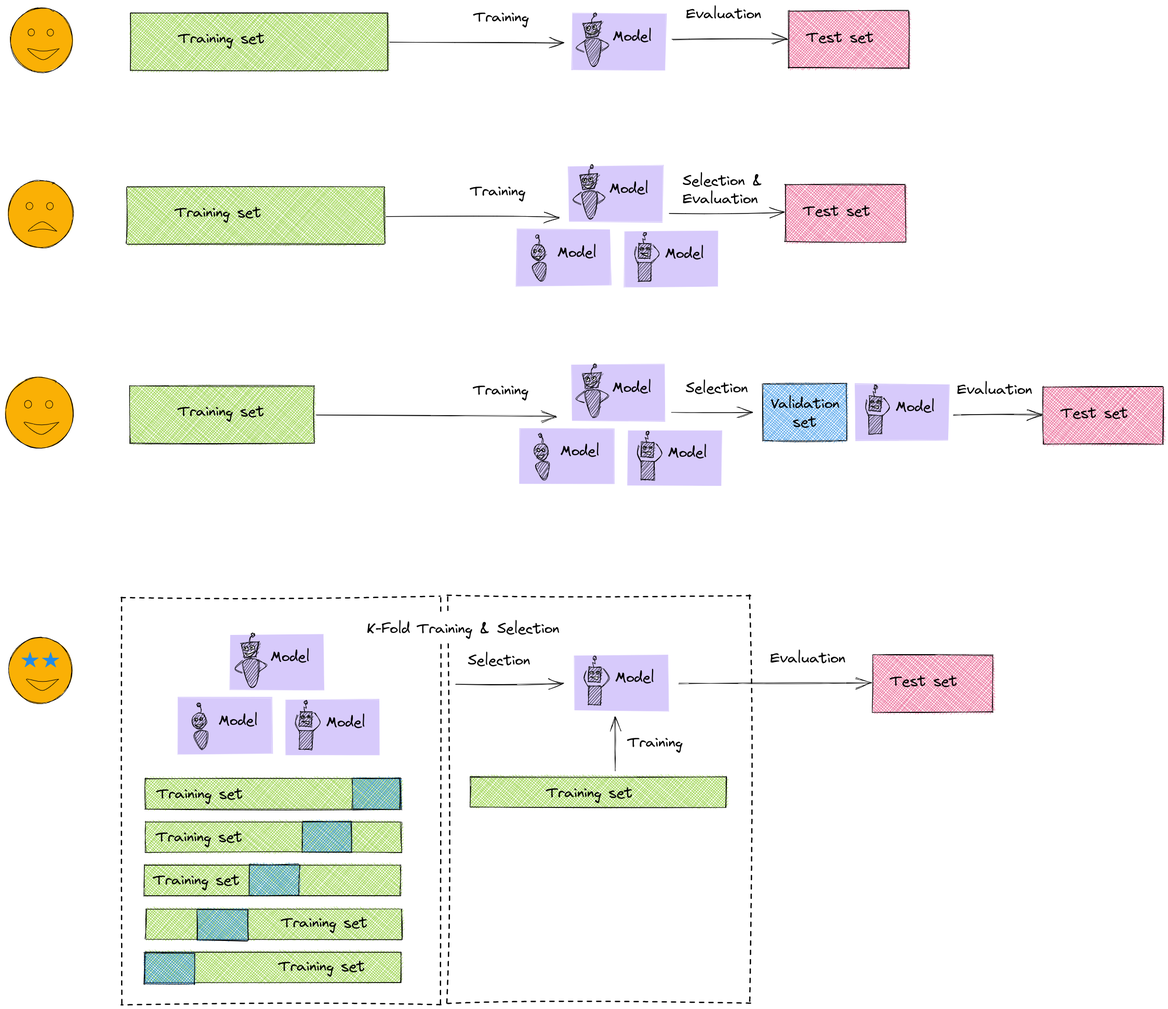
ffund/intro-ml-tss21 keeps this Excalidraw diagram as images/3-validation-options.png. Above is the earlier version. Source tidied: one line per element, renumbered; positions are measured from the earlier drawing's top-left corner, leaving out a move shared by most shapes.
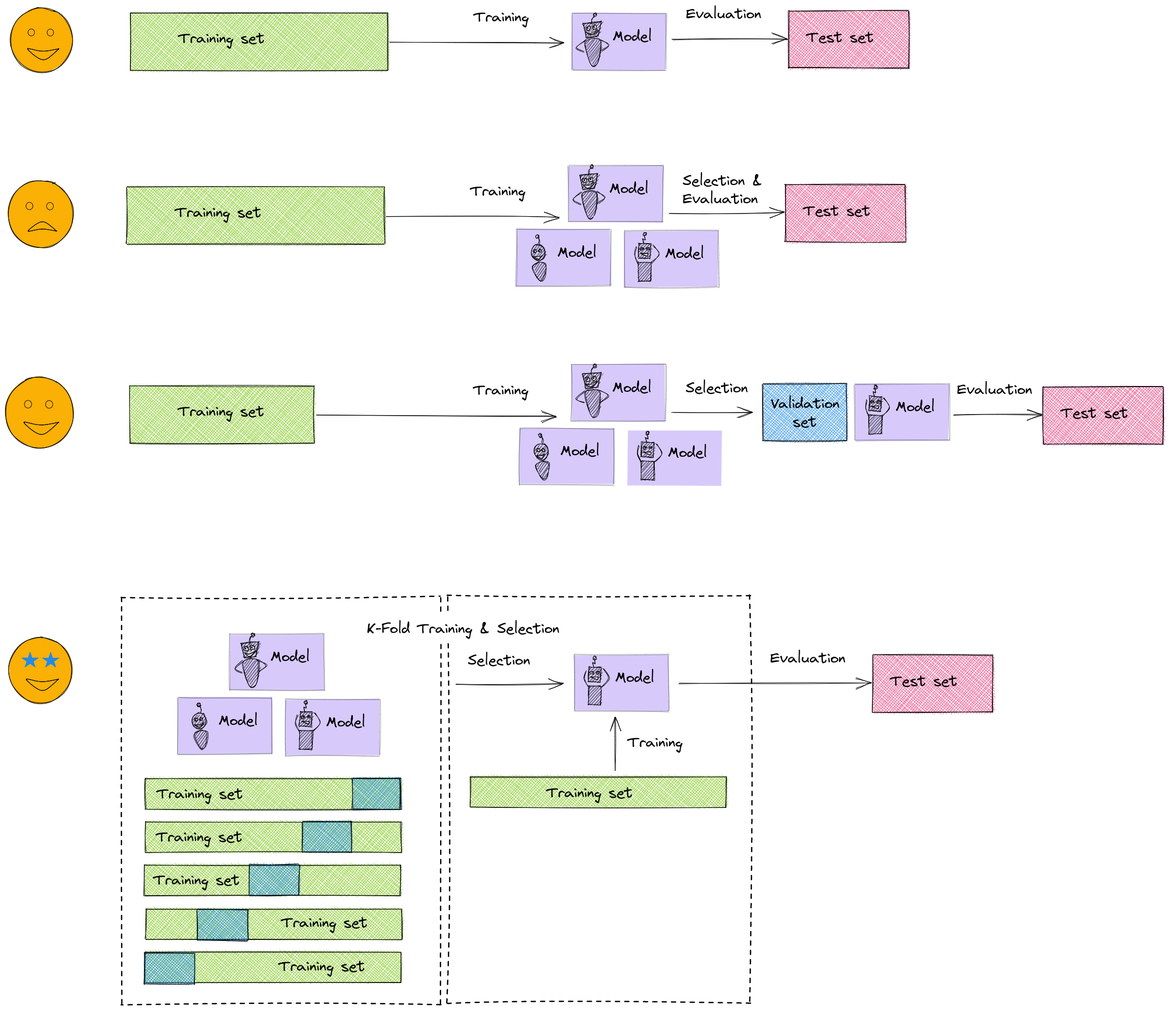
Later version of the same file.

Diff of the diagram source:
```diff
@@ -1,5 +1,5 @@
 {"id": 0, "type": "rectangle", "strokeColor": "#000000", "strokeWidth": 2, "strokeStyle": "dashed", "roughness": 2, "x": 223, "y": 1139, "width": 614, "height": 784}
-{"id": 1, "type": "rectangle", "strokeColor": "#ffffff", "backgroundColor": "#7950f2", "fillStyle": "solid", "strokeWidth": 1, "roughness": 1, "opacity": 30, "x": 1091, "y": 16, "width": 181, "height": 109}
+{"id": 1, "type": "rectangle", "strokeColor": "#000000", "backgroundColor": "#7950f2", "fillStyle": "solid", "strokeWidth": 1, "roughness": 1, "opacity": 30, "x": 1091, "y": 16, "width": 181, "height": 109}
 {"id": 2, "type": "rectangle", "strokeColor": "#000000", "backgroundColor": "#82c91e", "fillStyle": "cross-hatch", "strokeWidth": 1, "roughness": 1, "x": 241, "y": 15, "width": 496, "height": 110}
 {"id": 3, "type": "text", "text": "Training set", "strokeColor": "#000000", "strokeWidth": 1, "roughness": 1, "fontSize": 28, "fontFamily": 1, "x": 333, "y": 47, "width": 166, "height": 35}
 {"id": 4, "type": "rectangle", "strokeColor": "#000000", "backgroundColor": "#e64980", "fillStyle": "cross-hatch", "strokeWidth": 1, "roughness": 1, "x": 1508, "y": 11, "width": 232, "height": 110}
@@ -28,7 +28,7 @@
 {"id": 27, "type": "arrow", "strokeColor": "#000000", "backgroundColor": "#12b886", "fillStyle": "solid", "strokeWidth": 1, "roughness": 1, "endArrowhead": "arrow", "from": 30, "to": 24, "x": 1278, "y": 401, "width": 221, "height": 1, "points": [[0, 0], [221, -1]]}
 {"id": 28, "type": "text", "text": "Training", "strokeColor": "#000000", "backgroundColor": "#12b886", "fillStyle": "solid", "strokeWidth": 1, "roughness": 1, "fontSize": 28, "fontFamily": 1, "x": 896, "y": 341, "width": 106, "height": 35}
 {"id": 29, "type": "text", "text": "Selection &\nEvaluation", "strokeColor": "#000000", "backgroundColor": "#12b886", "fillStyle": "solid", "strokeWidth": 1, "roughness": 1, "fontSize": 28, "fontFamily": 1, "x": 1304, "y": 321, "width": 154, "height": 70}
-{"id": 30, "type": "rectangle", "strokeColor": "#ffffff", "backgroundColor": "#7950f2", "fillStyle": "solid", "strokeWidth": 1, "roughness": 1, "opacity": 30, "x": 1084, "y": 309, "width": 181, "height": 109}
+{"id": 30, "type": "rectangle", "strokeColor": "#000000", "backgroundColor": "#7950f2", "fillStyle": "solid", "strokeWidth": 1, "roughness": 1, "opacity": 30, "x": 1084, "y": 309, "width": 181, "height": 109}
 {"id": 31, "type": "text", "text": "Model", "strokeColor": "#000000", "backgroundColor": "#228be6", "fillStyle": "solid", "strokeWidth": 1, "roughness": 1, "fontSize": 28, "fontFamily": 1, "x": 1163, "y": 336, "width": 76, "height": 35}
 {"id": 32, "type": "line", "strokeColor": "#000000", "backgroundColor": "#000000", "fillStyle": "hachure", "strokeWidth": 1, "roughness": 1, "x": 1106, "y": 327, "width": 35, "height": 31, "points": [[0, 0], [6, 28], [29, 25], [35, -4], [0, 0]]}
 {"id": 33, "type": "line", "strokeColor": "#000000", "angle": 0.41, "backgroundColor": "#000000", "fillStyle": "hachure", "strokeWidth": 1, "roughness": 1, "x": 1126, "y": 328, "width": 3, "height": 14, "points": [[0, 0], [-3, -7], [-2, -14]]}
@@ -41,7 +41,7 @@
 {"id": 40, "type": "ellipse", "strokeColor": "#000000", "backgroundColor": "#000000", "fillStyle": "solid", "strokeWidth": 1, "roughness": 0, "x": 1114, "y": 335, "width": 2, "height": 3}
 {"id": 41, "type": "ellipse", "strokeColor": "#000000", "backgroundColor": "#ffffff", "fillStyle": "solid", "strokeWidth": 1, "roughness": 1, "x": 1124, "y": 331, "width": 7, "height": 8}
 {"id": 42, "type": "ellipse", "strokeColor": "#000000", "backgroundColor": "#000000", "fillStyle": "solid", "strokeWidth": 1, "roughness": 0, "x": 1126, "y": 333, "width": 2, "height": 3}
-{"id": 43, "type": "rectangle", "strokeColor": "#ffffff", "backgroundColor": "#7950f2", "fillStyle": "solid", "strokeWidth": 1, "roughness": 1, "opacity": 30, "x": 1191, "y": 435, "width": 181, "height": 109}
+{"id": 43, "type": "rectangle", "strokeColor": "#000000", "backgroundColor": "#7950f2", "fillStyle": "solid", "strokeWidth": 1, "roughness": 1, "opacity": 30, "x": 1191, "y": 435, "width": 181, "height": 109}
 {"id": 44, "type": "text", "text": "Model", "strokeColor": "#000000", "backgroundColor": "#228be6", "fillStyle": "solid", "strokeWidth": 1, "roughness": 1, "fontSize": 28, "fontFamily": 1, "x": 1270, "y": 461, "width": 76, "height": 35}
 {"id": 45, "type": "rectangle", "strokeColor": "#000000", "angle": 0.01, "backgroundColor": "#000000", "fillStyle": "hachure", "strokeWidth": 1, "roughness": 1, "x": 1219, "y": 495, "width": 24, "height": 36}
 {"id": 46, "type": "rectangle", "strokeColor": "#000000", "angle": 0.07, "backgroundColor": "#000000", "fillStyle": "hachure", "strokeWidth": 1, "roughness": 1, "x": 1219, "y": 459, "width": 23, "height": 28}
@@ -54,7 +54,7 @@
 {"id": 53, "type": "line", "strokeColor": "#000000", "backgroundColor": "#000000", "fillStyle": "hachure", "strokeWidth": 1, "roughness": 1, "x": 1229, "y": 459, "width": 5, "height": 15, "points": [[0, 0], [-2, -9], [2, -7], [1, -15]]}
 {"id": 54, "type": "ellipse", "strokeColor": "#000000", "backgroundColor": "#000000", "fillStyle": "solid", "strokeWidth": 1, "roughness": 0, "x": 1236, "y": 468, "width": 1, "height": 2}
 {"id": 55, "type": "ellipse", "strokeColor": "#000000", "backgroundColor": "#000000", "fillStyle": "solid", "strokeWidth": 1, "roughness": 0, "x": 1225, "y": 467, "width": 1, "height": 2}
-{"id": 56, "type": "rectangle", "strokeColor": "#ffffff", "backgroundColor": "#7950f2", "fillStyle": "solid", "strokeWidth": 1, "roughness": 1, "opacity": 30, "x": 984, "y": 432, "width": 181, "height": 109}
+{"id": 56, "type": "rectangle", "strokeColor": "#000000", "backgroundColor": "#7950f2", "fillStyle": "solid", "strokeWidth": 1, "roughness": 1, "opacity": 30, "x": 984, "y": 432, "width": 181, "height": 109}
 {"id": 57, "type": "text", "text": "Model", "strokeColor": "#000000", "backgroundColor": "#228be6", "fillStyle": "solid", "strokeWidth": 1, "roughness": 1, "fontSize": 28, "fontFamily": 1, "x": 1063, "y": 459, "width": 76, "height": 35}
 {"id": 58, "type": "line", "strokeColor": "#000000", "angle": 6.17, "backgroundColor": "#000000", "fillStyle": "hachure", "strokeWidth": 1, "roughness": 1, "x": 1027, "y": 461, "width": 3, "height": 14, "points": [[0, 0], [3, -6], [0, -14]]}
 {"id": 59, "type": "ellipse", "strokeColor": "#000000", "angle": 6.17, "backgroundColor": "#000000", "fillStyle": "hachure", "strokeWidth": 1, "roughness": 1, "x": 1021, "y": 442, "width": 6, "height": 7}
@@ -73,7 +73,7 @@
 {"id": 72, "type": "arrow", "strokeColor": "#000000", "backgroundColor": "#12b886", "fillStyle": "solid", "strokeWidth": 1, "roughness": 1, "endArrowhead": "arrow", "from": 75, "to": 69, "x": 1283, "y": 784, "width": 154, "height": 0, "points": [[0, 0], [154, 0]]}
 {"id": 73, "type": "text", "text": "Training", "strokeColor": "#000000", "backgroundColor": "#12b886", "fillStyle": "solid", "strokeWidth": 1, "roughness": 1, "fontSize": 28, "fontFamily": 1, "x": 901, "y": 724, "width": 106, "height": 35}
 {"id": 74, "type": "text", "text": "Selection", "strokeColor": "#000000", "backgroundColor": "#12b886", "fillStyle": "solid", "strokeWidth": 1, "roughness": 1, "fontSize": 28, "fontFamily": 1, "x": 1310, "y": 720, "width": 120, "height": 35}
-{"id": 75, "type": "rectangle", "strokeColor": "#ffffff", "backgroundColor": "#7950f2", "fillStyle": "solid", "strokeWidth": 1, "roughness": 1, "opacity": 30, "x": 1090, "y": 692, "width": 181, "height": 109}
+{"id": 75, "type": "rectangle", "strokeColor": "#000000", "backgroundColor": "#7950f2", "fillStyle": "solid", "strokeWidth": 1, "roughness": 1, "opacity": 30, "x": 1090, "y": 692, "width": 181, "height": 109}
 {"id": 76, "type": "text", "text": "Model", "strokeColor": "#000000", "backgroundColor": "#228be6", "fillStyle": "solid", "strokeWidth": 1, "roughness": 1, "fontSize": 28, "fontFamily": 1, "x": 1168, "y": 719, "width": 76, "height": 35}
 {"id": 77, "type": "line", "strokeColor": "#000000", "backgroundColor": "#000000", "fillStyle": "hachure", "strokeWidth": 1, "roughness": 1, "x": 1111, "y": 710, "width": 35, "height": 31, "points": [[0, 0], [6, 28], [29, 25], [35, -4], [0, 0]]}
 {"id": 78, "type": "line", "strokeColor": "#000000", "angle": 0.41, "backgroundColor": "#000000", "fillStyle": "hachure", "strokeWidth": 1, "roughness": 1, "x": 1131, "y": 711, "width": 3, "height": 14, "points": [[0, 0], [-3, -7], [-2, -14]]}
@@ -99,7 +99,7 @@
 {"id": 98, "type": "line", "strokeColor": "#000000", "backgroundColor": "#000000", "fillStyle": "hachure", "strokeWidth": 1, "roughness": 1, "x": 1235, "y": 841, "width": 5, "height": 15, "points": [[0, 0], [-2, -9], [2, -7], [1, -15]]}
 {"id": 99, "type": "ellipse", "strokeColor": "#000000", "backgroundColor": "#000000", "fillStyle": "solid", "strokeWidth": 1, "roughness": 0, "x": 1242, "y": 851, "width": 1, "height": 2}
 {"id": 100, "type": "ellipse", "strokeColor": "#000000", "backgroundColor": "#000000", "fillStyle": "solid", "strokeWidth": 1, "roughness": 0, "x": 1231, "y": 850, "width": 1, "height": 2}
-{"id": 101, "type": "rectangle", "strokeColor": "#ffffff", "backgroundColor": "#7950f2", "fillStyle": "solid", "strokeWidth": 1, "roughness": 1, "opacity": 30, "x": 990, "y": 815, "width": 181, "height": 109}
+{"id": 101, "type": "rectangle", "strokeColor": "#000000", "backgroundColor": "#7950f2", "fillStyle": "solid", "strokeWidth": 1, "roughness": 1, "opacity": 30, "x": 990, "y": 815, "width": 181, "height": 109}
 {"id": 102, "type": "text", "text": "Model", "strokeColor": "#000000", "backgroundColor": "#228be6", "fillStyle": "solid", "strokeWidth": 1, "roughness": 1, "fontSize": 28, "fontFamily": 1, "x": 1068, "y": 841, "width": 76, "height": 35}
 {"id": 103, "type": "line", "strokeColor": "#000000", "angle": 6.17, "backgroundColor": "#000000", "fillStyle": "hachure", "strokeWidth": 1, "roughness": 1, "x": 1032, "y": 844, "width": 3, "height": 14, "points": [[0, 0], [3, -6], [0, -14]]}
 {"id": 104, "type": "ellipse", "strokeColor": "#000000", "angle": 6.17, "backgroundColor": "#000000", "fillStyle": "hachure", "strokeWidth": 1, "roughness": 1, "x": 1027, "y": 825, "width": 6, "height": 7}
@@ -126,7 +126,7 @@
 {"id": 125, "type": "ellipse", "strokeColor": "#000000", "backgroundColor": "#fab005", "fillStyle": "solid", "strokeWidth": 1, "roughness": 0, "x": 37, "y": 761, "width": 14, "height": 15}
 {"id": 126, "type": "ellipse", "strokeColor": "#000000", "backgroundColor": "#fab005", "fillStyle": "solid", "strokeWidth": 1, "roughness": 0, "x": 78, "y": 761, "width": 14, "height": 15}
 {"id": 127, "type": "line", "strokeColor": "#000000", "backgroundColor": "#fab005", "fillStyle": "solid", "strokeWidth": 1, "roughness": 0, "x": 103, "y": 803, "width": 67, "height": 24, "points": [[0, 0], [-26, 5], [-42, 5], [-67, 1], [-34, 24], [0, 0]]}
-{"id": 128, "type": "rectangle", "strokeColor": "#ffffff", "backgroundColor": "#7950f2", "fillStyle": "solid", "strokeWidth": 1, "roughness": 1, "opacity": 30, "x": 1635, "y": 729, "width": 181, "height": 109}
+{"id": 128, "type": "rectangle", "strokeColor": "#000000", "backgroundColor": "#7950f2", "fillStyle": "solid", "strokeWidth": 1, "roughness": 1, "opacity": 30, "x": 1635, "y": 729, "width": 181, "height": 109}
 {"id": 129, "type": "text", "text": "Model", "strokeColor": "#000000", "backgroundColor": "#228be6", "fillStyle": "solid", "strokeWidth": 1, "roughness": 1, "fontSize": 28, "fontFamily": 1, "x": 1714, "y": 756, "width": 76, "height": 35}
 {"id": 130, "type": "rectangle", "strokeColor": "#000000", "angle": 0.01, "backgroundColor": "#000000", "fillStyle": "hachure", "strokeWidth": 1, "roughness": 1, "x": 1662, "y": 789, "width": 24, "height": 36}
 {"id": 131, "type": "rectangle", "strokeColor": "#000000", "angle": 0.07, "backgroundColor": "#000000", "fillStyle": "hachure", "strokeWidth": 1, "roughness": 1, "x": 1663, "y": 753, "width": 23, "height": 28}
@@ -141,7 +141,7 @@
 {"id": 140, "type": "ellipse", "strokeColor": "#000000", "backgroundColor": "#000000", "fillStyle": "solid", "strokeWidth": 1, "roughness": 0, "x": 1669, "y": 761, "width": 1, "height": 2}
 {"id": 141, "type": "rectangle", "strokeColor": "#000000", "backgroundColor": "#82c91e", "fillStyle": "cross-hatch", "strokeWidth": 1, "roughness": 1, "x": 269, "y": 1489, "width": 493, "height": 59}
 {"id": 142, "type": "text", "text": "Training set", "strokeColor": "#000000", "strokeWidth": 1, "roughness": 1, "fontSize": 28, "fontFamily": 1, "x": 292, "y": 1501, "width": 166, "height": 35}
-{"id": 143, "type": "rectangle", "strokeColor": "#ffffff", "backgroundColor": "#7950f2", "fillStyle": "solid", "strokeWidth": 1, "roughness": 1, "opacity": 30, "x": 432, "y": 1210, "width": 181, "height": 109}
+{"id": 143, "type": "rectangle", "strokeColor": "#000000", "backgroundColor": "#7950f2", "fillStyle": "solid", "strokeWidth": 1, "roughness": 1, "opacity": 30, "x": 432, "y": 1210, "width": 181, "height": 109}
 {"id": 144, "type": "text", "text": "Model", "strokeColor": "#000000", "backgroundColor": "#228be6", "fillStyle": "solid", "strokeWidth": 1, "roughness": 1, "fontSize": 28, "fontFamily": 1, "x": 511, "y": 1237, "width": 76, "height": 35}
 {"id": 145, "type": "line", "strokeColor": "#000000", "backgroundColor": "#000000", "fillStyle": "hachure", "strokeWidth": 1, "roughness": 1, "x": 454, "y": 1229, "width": 35, "height": 31, "points": [[0, 0], [6, 28], [29, 25], [35, -4], [0, 0]]}
 {"id": 146, "type": "line", "strokeColor": "#000000", "angle": 0.41, "backgroundColor": "#000000", "fillStyle": "hachure", "strokeWidth": 1, "roughness": 1, "x": 474, "y": 1229, "width": 3, "height": 14, "points": [[0, 0], [-3, -7], [-2, -14]]}
@@ -154,7 +154,7 @@
 {"id": 153, "type": "ellipse", "strokeColor": "#000000", "backgroundColor": "#000000", "fillStyle": "solid", "strokeWidth": 1, "roughness": 0, "x": 461, "y": 1236, "width": 2, "height": 3}
 {"id": 154, "type": "ellipse", "strokeColor": "#000000", "backgroundColor": "#ffffff", "fillStyle": "solid", "strokeWidth": 1, "roughness": 1, "x": 472, "y": 1233, "width": 7, "height": 8}
 {"id": 155, "type": "ellipse", "strokeColor": "#000000", "backgroundColor": "#000000", "fillStyle": "solid", "strokeWidth": 1, "roughness": 0, "x": 474, "y": 1235, "width": 2, "height": 3}
-{"id": 156, "type": "rectangle", "strokeColor": "#ffffff", "backgroundColor": "#7950f2", "fillStyle": "solid", "strokeWidth": 1, "roughness": 1, "opacity": 30, "x": 539, "y": 1336, "width": 181, "height": 109}
+{"id": 156, "type": "rectangle", "strokeColor": "#000000", "backgroundColor": "#7950f2", "fillStyle": "solid", "strokeWidth": 1, "roughness": 1, "opacity": 30, "x": 539, "y": 1336, "width": 181, "height": 109}
 {"id": 157, "type": "text", "text": "Model", "strokeColor": "#000000", "backgroundColor": "#228be6", "fillStyle": "solid", "strokeWidth": 1, "roughness": 1, "fontSize": 28, "fontFamily": 1, "x": 618, "y": 1363, "width": 76, "height": 35}
 {"id": 158, "type": "rectangle", "strokeColor": "#000000", "angle": 0.01, "backgroundColor": "#000000", "fillStyle": "hachure", "strokeWidth": 1, "roughness": 1, "x": 567, "y": 1396, "width": 24, "height": 36}
 {"id": 159, "type": "rectangle", "strokeColor": "#000000", "angle": 0.07, "backgroundColor": "#000000", "fillStyle": "hachure", "strokeWidth": 1, "roughness": 1, "x": 567, "y": 1360, "width": 23, "height": 28}
@@ -167,7 +167,7 @@
 {"id": 166, "type": "line", "strokeColor": "#000000", "backgroundColor": "#000000", "fillStyle": "hachure", "strokeWidth": 1, "roughness": 1, "x": 577, "y": 1360, "width": 5, "height": 15, "points": [[0, 0], [-2, -9], [2, -7], [1, -15]]}
 {"id": 167, "type": "ellipse", "strokeColor": "#000000", "backgroundColor": "#000000", "fillStyle": "solid", "strokeWidth": 1, "roughness": 0, "x": 584, "y": 1369, "width": 1, "height": 2}
 {"id": 168, "type": "ellipse", "strokeColor": "#000000", "backgroundColor": "#000000", "fillStyle": "solid", "strokeWidth": 1, "roughness": 0, "x": 573, "y": 1368, "width": 1, "height": 2}
-{"id": 169, "type": "rectangle", "strokeColor": "#ffffff", "backgroundColor": "#7950f2", "fillStyle": "solid", "strokeWidth": 1, "roughness": 1, "opacity": 30, "x": 332, "y": 1333, "width": 181, "height": 109}
+{"id": 169, "type": "rectangle", "strokeColor": "#000000", "backgroundColor": "#7950f2", "fillStyle": "solid", "strokeWidth": 1, "roughness": 1, "opacity": 30, "x": 332, "y": 1333, "width": 181, "height": 109}
 {"id": 170, "type": "text", "text": "Model", "strokeColor": "#000000", "backgroundColor": "#228be6", "fillStyle": "solid", "strokeWidth": 1, "roughness": 1, "fontSize": 28, "fontFamily": 1, "x": 411, "y": 1360, "width": 76, "height": 35}
 {"id": 171, "type": "line", "strokeColor": "#000000", "angle": 6.17, "backgroundColor": "#000000", "fillStyle": "hachure", "strokeWidth": 1, "roughness": 1, "x": 374, "y": 1362, "width": 3, "height": 14, "points": [[0, 0], [3, -6], [0, -14]]}
 {"id": 172, "type": "ellipse", "strokeColor": "#000000", "angle": 6.17, "backgroundColor": "#000000", "fillStyle": "hachure", "strokeWidth": 1, "roughness": 1, "x": 369, "y": 1343, "width": 6, "height": 7}
@@ -182,7 +182,7 @@
 {"id": 181, "type": "arrow", "strokeColor": "#000000", "backgroundColor": "#12b886", "fillStyle": "solid", "strokeWidth": 1, "roughness": 1, "endArrowhead": "arrow", "from": 184, "to": 180, "x": 1297, "y": 1305, "width": 370, "height": 0, "points": [[0, 0], [370, 0]]}
 {"id": 182, "type": "text", "text": "Evaluation", "strokeColor": "#000000", "backgroundColor": "#12b886", "fillStyle": "solid", "strokeWidth": 1, "roughness": 1, "fontSize": 28, "fontFamily": 1, "x": 1472, "y": 1240, "width": 145, "height": 35}
 {"id": 183, "type": "text", "text": "Test set", "strokeColor": "#000000", "strokeWidth": 1, "roughness": 1, "fontSize": 28, "fontFamily": 1, "x": 1704, "y": 1284, "width": 129, "height": 35}
-{"id": 184, "type": "rectangle", "strokeColor": "#ffffff", "backgroundColor": "#7950f2", "fillStyle": "solid", "strokeWidth": 1, "roughness": 1, "opacity": 30, "x": 1095, "y": 1250, "width": 181, "height": 109}
+{"id": 184, "type": "rectangle", "strokeColor": "#000000", "backgroundColor": "#7950f2", "fillStyle": "solid", "strokeWidth": 1, "roughness": 1, "opacity": 30, "x": 1095, "y": 1250, "width": 181, "height": 109}
 {"id": 185, "type": "text", "text": "Model", "strokeColor": "#000000", "backgroundColor": "#228be6", "fillStyle": "solid", "strokeWidth": 1, "roughness": 1, "fontSize": 28, "fontFamily": 1, "x": 1174, "y": 1277, "width": 76, "height": 35}
 {"id": 186, "type": "rectangle", "strokeColor": "#000000", "angle": 0.01, "backgroundColor": "#000000", "fillStyle": "hachure", "strokeWidth": 1, "roughness": 1, "x": 1123, "y": 1310, "width": 24, "height": 36}
 {"id": 187, "type": "rectangle", "strokeColor": "#000000", "angle": 0.07, "backgroundColor": "#000000", "fillStyle": "hachure", "strokeWidth": 1, "roughness": 1, "x": 1123, "y": 1274, "width": 23, "height": 28}
```
